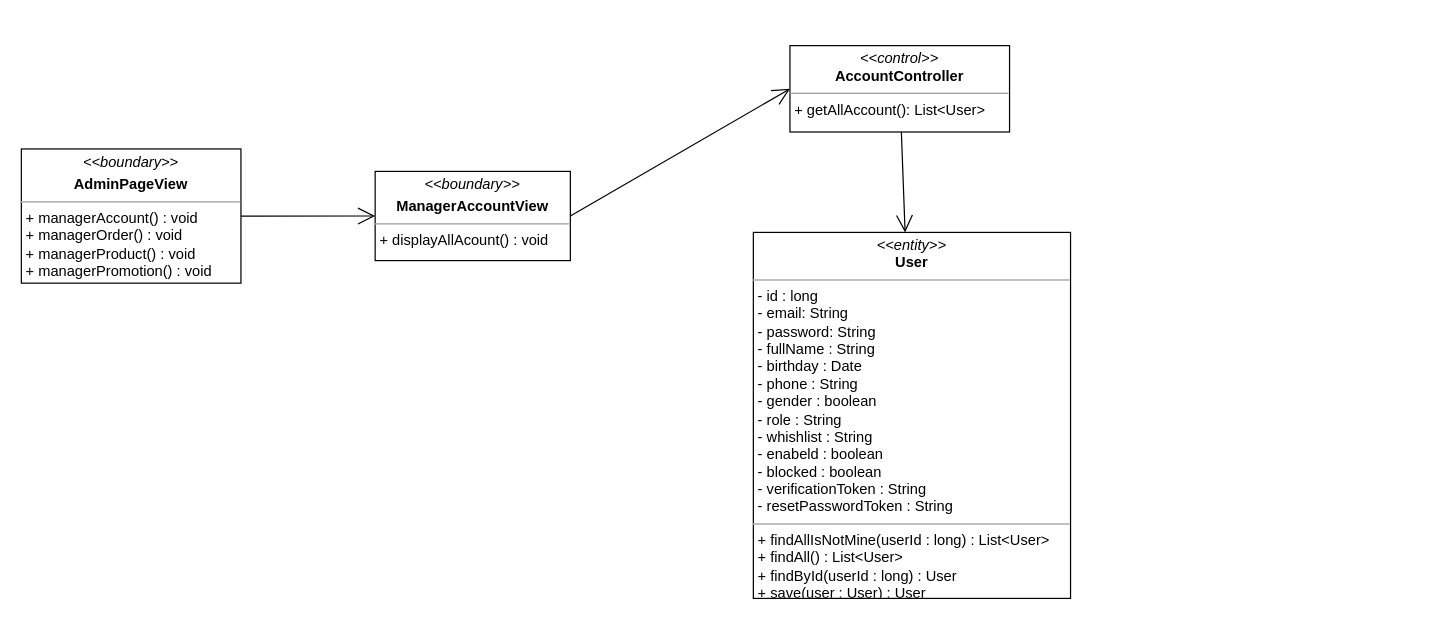
This is class diagram/manager-user-class-diagram.drawio from nguyenphamvan/datn_20202, a draw.io file, before an edit. Source tidied: cells renumbered, new cells numbered last; positions are measured from the earlier drawing's top-left corner, leaving out a move shared by most shapes. Both pictures are drawn from the tidied source at 122%, with x=0, y=0 at pixel (21, 45).
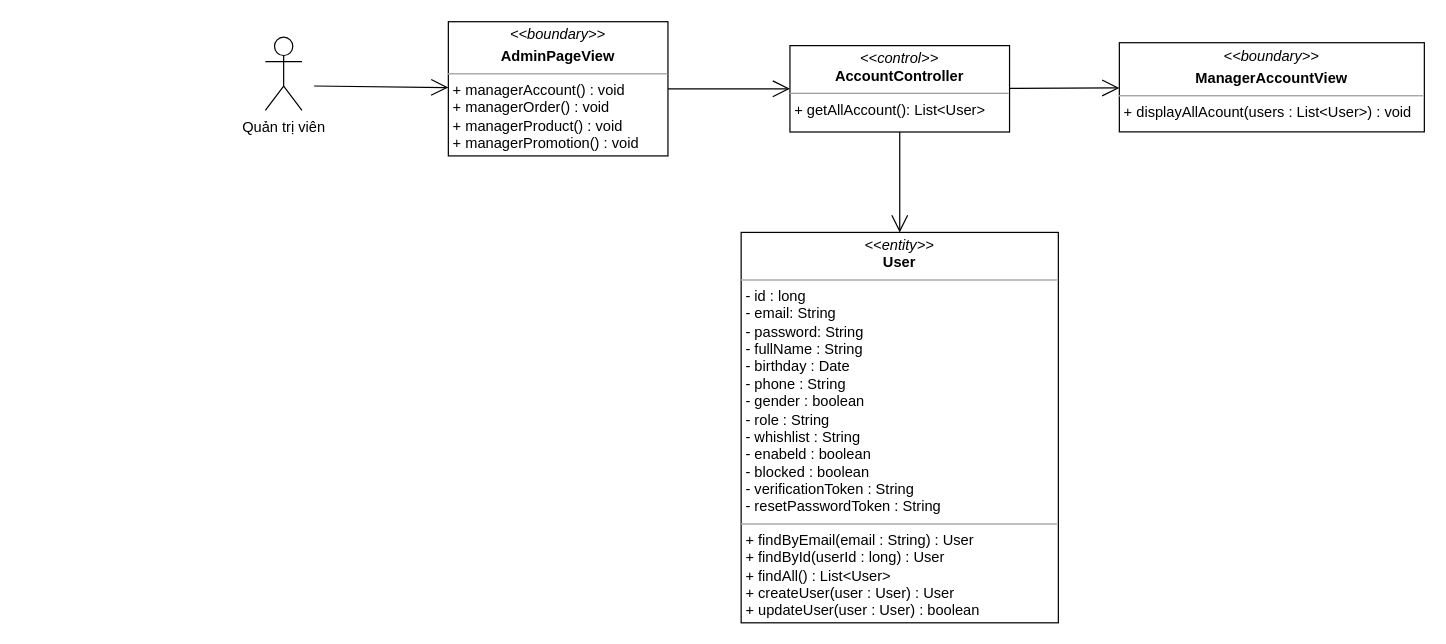
The same page after the edit.

What changed in the source:
```diff
@@
 <mxGraphModel>
   <root>
     <mxCell id="0" />
     <mxCell id="1" parent="0" />
-    <mxCell id="2" value="&lt;p style=&quot;margin: 0px ; margin-top: 4px ; text-align: center&quot;&gt;&lt;i&gt;&amp;lt;&amp;lt;boundary&amp;gt;&amp;gt;&lt;/i&gt;&lt;/p&gt;&lt;p style=&quot;margin: 0px ; margin-top: 4px ; text-align: center&quot;&gt;&lt;b&gt;ManagerAccountView&lt;/b&gt;&lt;/p&gt;&lt;hr size=&quot;1&quot;&gt;&lt;p style=&quot;margin: 0px ; margin-left: 4px&quot;&gt;&lt;span&gt;+ displayAllAcount() : void&lt;/span&gt;&lt;/p&gt;" style="verticalAlign=top;align=left;overflow=fill;fontSize=12;fontFamily=Helvetica;html=1;" parent="1" vertex="1">
-      <mxGeometry x="290" y="103" width="160" height="73.1" as="geometry" />
+    <mxCell id="2" value="&lt;p style=&quot;margin: 0px ; margin-top: 4px ; text-align: center&quot;&gt;&lt;i&gt;&amp;lt;&amp;lt;boundary&amp;gt;&amp;gt;&lt;/i&gt;&lt;/p&gt;&lt;p style=&quot;margin: 0px ; margin-top: 4px ; text-align: center&quot;&gt;&lt;b&gt;ManagerAccountView&lt;/b&gt;&lt;/p&gt;&lt;hr size=&quot;1&quot;&gt;&lt;p style=&quot;margin: 0px ; margin-left: 4px&quot;&gt;&lt;span&gt;+ displayAllAcount(users : List&amp;lt;User&amp;gt;) : void&lt;/span&gt;&lt;/p&gt;" style="verticalAlign=top;align=left;overflow=fill;fontSize=12;fontFamily=Helvetica;html=1;" parent="1" vertex="1">
+      <mxGeometry x="900" y="-2.5" width="250" height="73.1" as="geometry" />
     </mxCell>
-    <mxCell id="3" style="endArrow=open;endFill=1;endSize=12;html=1;entryX=0;entryY=0.5;entryDx=0;entryDy=0;exitX=1;exitY=0.5;exitDx=0;exitDy=0;" parent="1" edge="1" source="2" target="5">
+    <mxCell id="3" style="endArrow=open;endFill=1;endSize=12;html=1;" parent="1" edge="1" source="5" target="2">
       <mxGeometry relative="1" as="geometry" />
     </mxCell>
-    <mxCell id="4" value="&lt;p style=&quot;margin: 0px ; margin-top: 4px ; text-align: center&quot;&gt;&lt;i&gt;&amp;lt;&amp;lt;entity&amp;gt;&amp;gt;&lt;/i&gt;&lt;br&gt;&lt;b&gt;User&lt;/b&gt;&lt;/p&gt;&lt;hr size=&quot;1&quot;&gt;&lt;p style=&quot;margin: 0px ; margin-left: 4px&quot;&gt;- id : long&lt;/p&gt;&lt;p style=&quot;margin: 0px ; margin-left: 4px&quot;&gt;- email: String&lt;br&gt;- password: String&lt;/p&gt;&lt;p style=&quot;margin: 0px ; margin-left: 4px&quot;&gt;- fullName : String&lt;/p&gt;&lt;p style=&quot;margin: 0px ; margin-left: 4px&quot;&gt;- birthday : Date&lt;/p&gt;&lt;p style=&quot;margin: 0px ; margin-left: 4px&quot;&gt;- phone : String&lt;/p&gt;&lt;p style=&quot;margin: 0px ; margin-left: 4px&quot;&gt;- gender : boolean&lt;/p&gt;&lt;p style=&quot;margin: 0px ; margin-left: 4px&quot;&gt;- role : String&lt;/p&gt;&lt;p style=&quot;margin: 0px ; margin-left: 4px&quot;&gt;- whishlist : String&lt;/p&gt;&lt;p style=&quot;margin: 0px ; margin-left: 4px&quot;&gt;- enabeld : boolean&lt;/p&gt;&lt;p style=&quot;margin: 0px ; margin-left: 4px&quot;&gt;- blocked : boolean&lt;/p&gt;&lt;p style=&quot;margin: 0px ; margin-left: 4px&quot;&gt;- verificationToken : String&lt;/p&gt;&lt;p style=&quot;margin: 0px ; margin-left: 4px&quot;&gt;- resetPasswordToken : String&lt;/p&gt;&lt;hr size=&quot;1&quot;&gt;&lt;p style=&quot;margin: 0px ; margin-left: 4px&quot;&gt;+ findAllIsNotMine(userId : long) : List&amp;lt;User&amp;gt;&lt;/p&gt;&lt;p style=&quot;margin: 0px 0px 0px 4px&quot;&gt;+ findAll() : List&amp;lt;User&amp;gt;&lt;/p&gt;&lt;p style=&quot;margin: 0px 0px 0px 4px&quot;&gt;+ findById(userId : long) : User&lt;/p&gt;&lt;p style=&quot;margin: 0px 0px 0px 4px&quot;&gt;+ save(user : User) : User&lt;/p&gt;" style="verticalAlign=top;align=left;overflow=fill;fontSize=12;fontFamily=Helvetica;html=1;" parent="1" vertex="1">
-      <mxGeometry x="600" y="153" width="260" height="300" as="geometry" />
+    <mxCell id="4" value="&lt;p style=&quot;margin: 0px ; margin-top: 4px ; text-align: center&quot;&gt;&lt;i&gt;&amp;lt;&amp;lt;entity&amp;gt;&amp;gt;&lt;/i&gt;&lt;br&gt;&lt;b&gt;User&lt;/b&gt;&lt;/p&gt;&lt;hr size=&quot;1&quot;&gt;&lt;p style=&quot;margin: 0px ; margin-left: 4px&quot;&gt;- id : long&lt;/p&gt;&lt;p style=&quot;margin: 0px ; margin-left: 4px&quot;&gt;- email: String&lt;br&gt;- password: String&lt;/p&gt;&lt;p style=&quot;margin: 0px ; margin-left: 4px&quot;&gt;- fullName : String&lt;/p&gt;&lt;p style=&quot;margin: 0px ; margin-left: 4px&quot;&gt;- birthday : Date&lt;/p&gt;&lt;p style=&quot;margin: 0px ; margin-left: 4px&quot;&gt;- phone : String&lt;/p&gt;&lt;p style=&quot;margin: 0px ; margin-left: 4px&quot;&gt;- gender : boolean&lt;/p&gt;&lt;p style=&quot;margin: 0px ; margin-left: 4px&quot;&gt;- role : String&lt;/p&gt;&lt;p style=&quot;margin: 0px ; margin-left: 4px&quot;&gt;- whishlist : String&lt;/p&gt;&lt;p style=&quot;margin: 0px ; margin-left: 4px&quot;&gt;- enabeld : boolean&lt;/p&gt;&lt;p style=&quot;margin: 0px ; margin-left: 4px&quot;&gt;- blocked : boolean&lt;/p&gt;&lt;p style=&quot;margin: 0px ; margin-left: 4px&quot;&gt;- verificationToken : String&lt;/p&gt;&lt;p style=&quot;margin: 0px ; margin-left: 4px&quot;&gt;- resetPasswordToken : String&lt;/p&gt;&lt;hr size=&quot;1&quot;&gt;&lt;p style=&quot;margin: 0px 0px 0px 4px&quot;&gt;+ findByEmail(email : String) : User&amp;nbsp;&lt;/p&gt;&lt;p style=&quot;margin: 0px 0px 0px 4px&quot;&gt;+ findById(userId : long) : User&lt;/p&gt;&lt;p style=&quot;margin: 0px 0px 0px 4px&quot;&gt;+ findAll() : List&amp;lt;User&amp;gt;&lt;/p&gt;&lt;p style=&quot;margin: 0px 0px 0px 4px&quot;&gt;+ createUser(user : User) : User&lt;/p&gt;&lt;p style=&quot;margin: 0px 0px 0px 4px&quot;&gt;+ updateUser(user : User) : boolean&lt;/p&gt;" style="verticalAlign=top;align=left;overflow=fill;fontSize=12;fontFamily=Helvetica;html=1;" parent="1" vertex="1">
+      <mxGeometry x="590" y="153" width="260" height="320" as="geometry" />
     </mxCell>
     <mxCell id="5" value="&lt;p style=&quot;margin: 0px ; margin-top: 4px ; text-align: center&quot;&gt;&lt;i&gt;&amp;lt;&amp;lt;control&amp;gt;&amp;gt;&lt;/i&gt;&lt;br&gt;&lt;b&gt;AccountController&lt;/b&gt;&lt;/p&gt;&lt;hr size=&quot;1&quot;&gt;&lt;p style=&quot;margin: 0px ; margin-left: 4px&quot;&gt;+ getAllAccount(): List&amp;lt;User&amp;gt;&lt;br&gt;&lt;/p&gt;" style="verticalAlign=top;align=left;overflow=fill;fontSize=12;fontFamily=Helvetica;html=1;" parent="1" vertex="1">
       <mxGeometry x="630" y="-0.1" width="180" height="70.8" as="geometry" />
     </mxCell>
     <mxCell id="6" style="endArrow=open;endFill=1;endSize=12;html=1;" parent="1" edge="1" source="5" target="4">
       <mxGeometry relative="1" as="geometry" />
     </mxCell>
     <mxCell id="7" value="&lt;p style=&quot;margin: 0px ; margin-top: 4px ; text-align: center&quot;&gt;&lt;i&gt;&amp;lt;&amp;lt;boundary&amp;gt;&amp;gt;&lt;/i&gt;&lt;/p&gt;&lt;p style=&quot;margin: 0px ; margin-top: 4px ; text-align: center&quot;&gt;&lt;b&gt;AdminPageView&lt;/b&gt;&lt;/p&gt;&lt;hr size=&quot;1&quot;&gt;&lt;p style=&quot;margin: 0px ; margin-left: 4px&quot;&gt;&lt;span&gt;+ managerAccount() : void&lt;/span&gt;&lt;br&gt;&lt;/p&gt;&lt;p style=&quot;margin: 0px ; margin-left: 4px&quot;&gt;&lt;span&gt;+ managerOrder() : void&lt;/span&gt;&lt;/p&gt;&lt;p style=&quot;margin: 0px ; margin-left: 4px&quot;&gt;&lt;span&gt;+ managerProduct() : void&lt;/span&gt;&lt;/p&gt;&lt;p style=&quot;margin: 0px ; margin-left: 4px&quot;&gt;&lt;span&gt;+ managerPromotion() : void&lt;/span&gt;&lt;/p&gt;" style="verticalAlign=top;align=left;overflow=fill;fontSize=12;fontFamily=Helvetica;html=1;" parent="1" vertex="1">
-      <mxGeometry y="84.6" width="180" height="110" as="geometry" />
+      <mxGeometry x="350" y="-19.7" width="180" height="110" as="geometry" />
     </mxCell>
-    <mxCell id="8" style="endArrow=open;endFill=1;endSize=12;html=1;" parent="1" edge="1" source="7" target="2">
+    <mxCell id="8" style="endArrow=open;endFill=1;endSize=12;html=1;" parent="1" edge="1" source="7" target="5">
       <mxGeometry relative="1" as="geometry" />
     </mxCell>
+    <mxCell id="9" value="Quản trị viên&lt;br&gt;" style="shape=umlActor;verticalLabelPosition=bottom;verticalAlign=top;html=1;" parent="1" vertex="1">
+      <mxGeometry x="200" y="-7" width="30" height="60" as="geometry" />
+    </mxCell>
+    <mxCell id="10" style="endArrow=open;endFill=1;endSize=12;html=1;" parent="1" edge="1" target="7">
+      <mxGeometry relative="1" as="geometry">
+        <mxPoint x="240" y="33" as="sourcePoint" />
+      </mxGeometry>
+    </mxCell>
   </root>
 </mxGraphModel>
```
